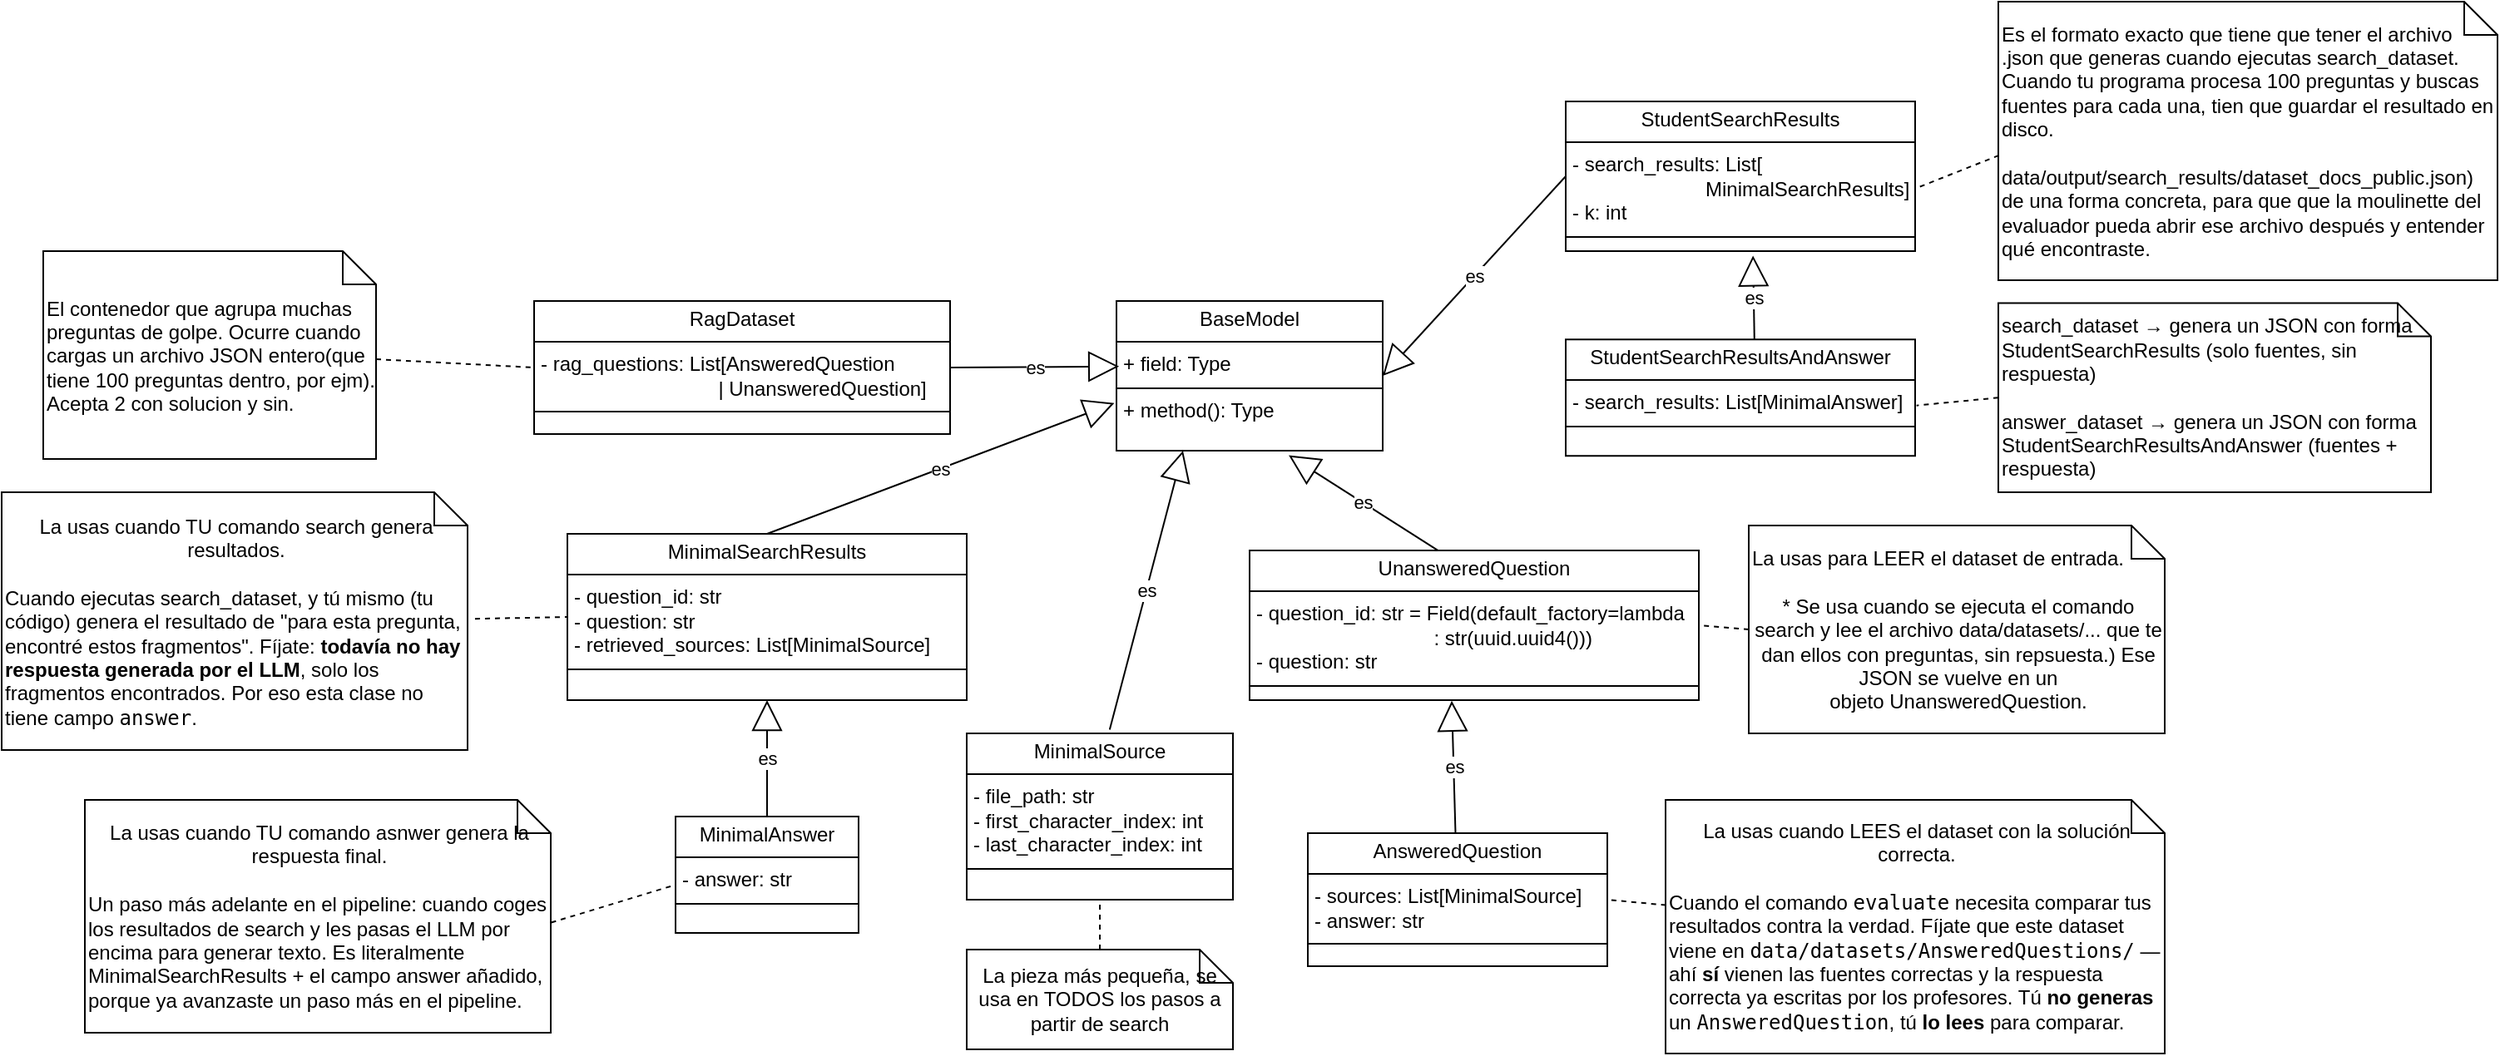
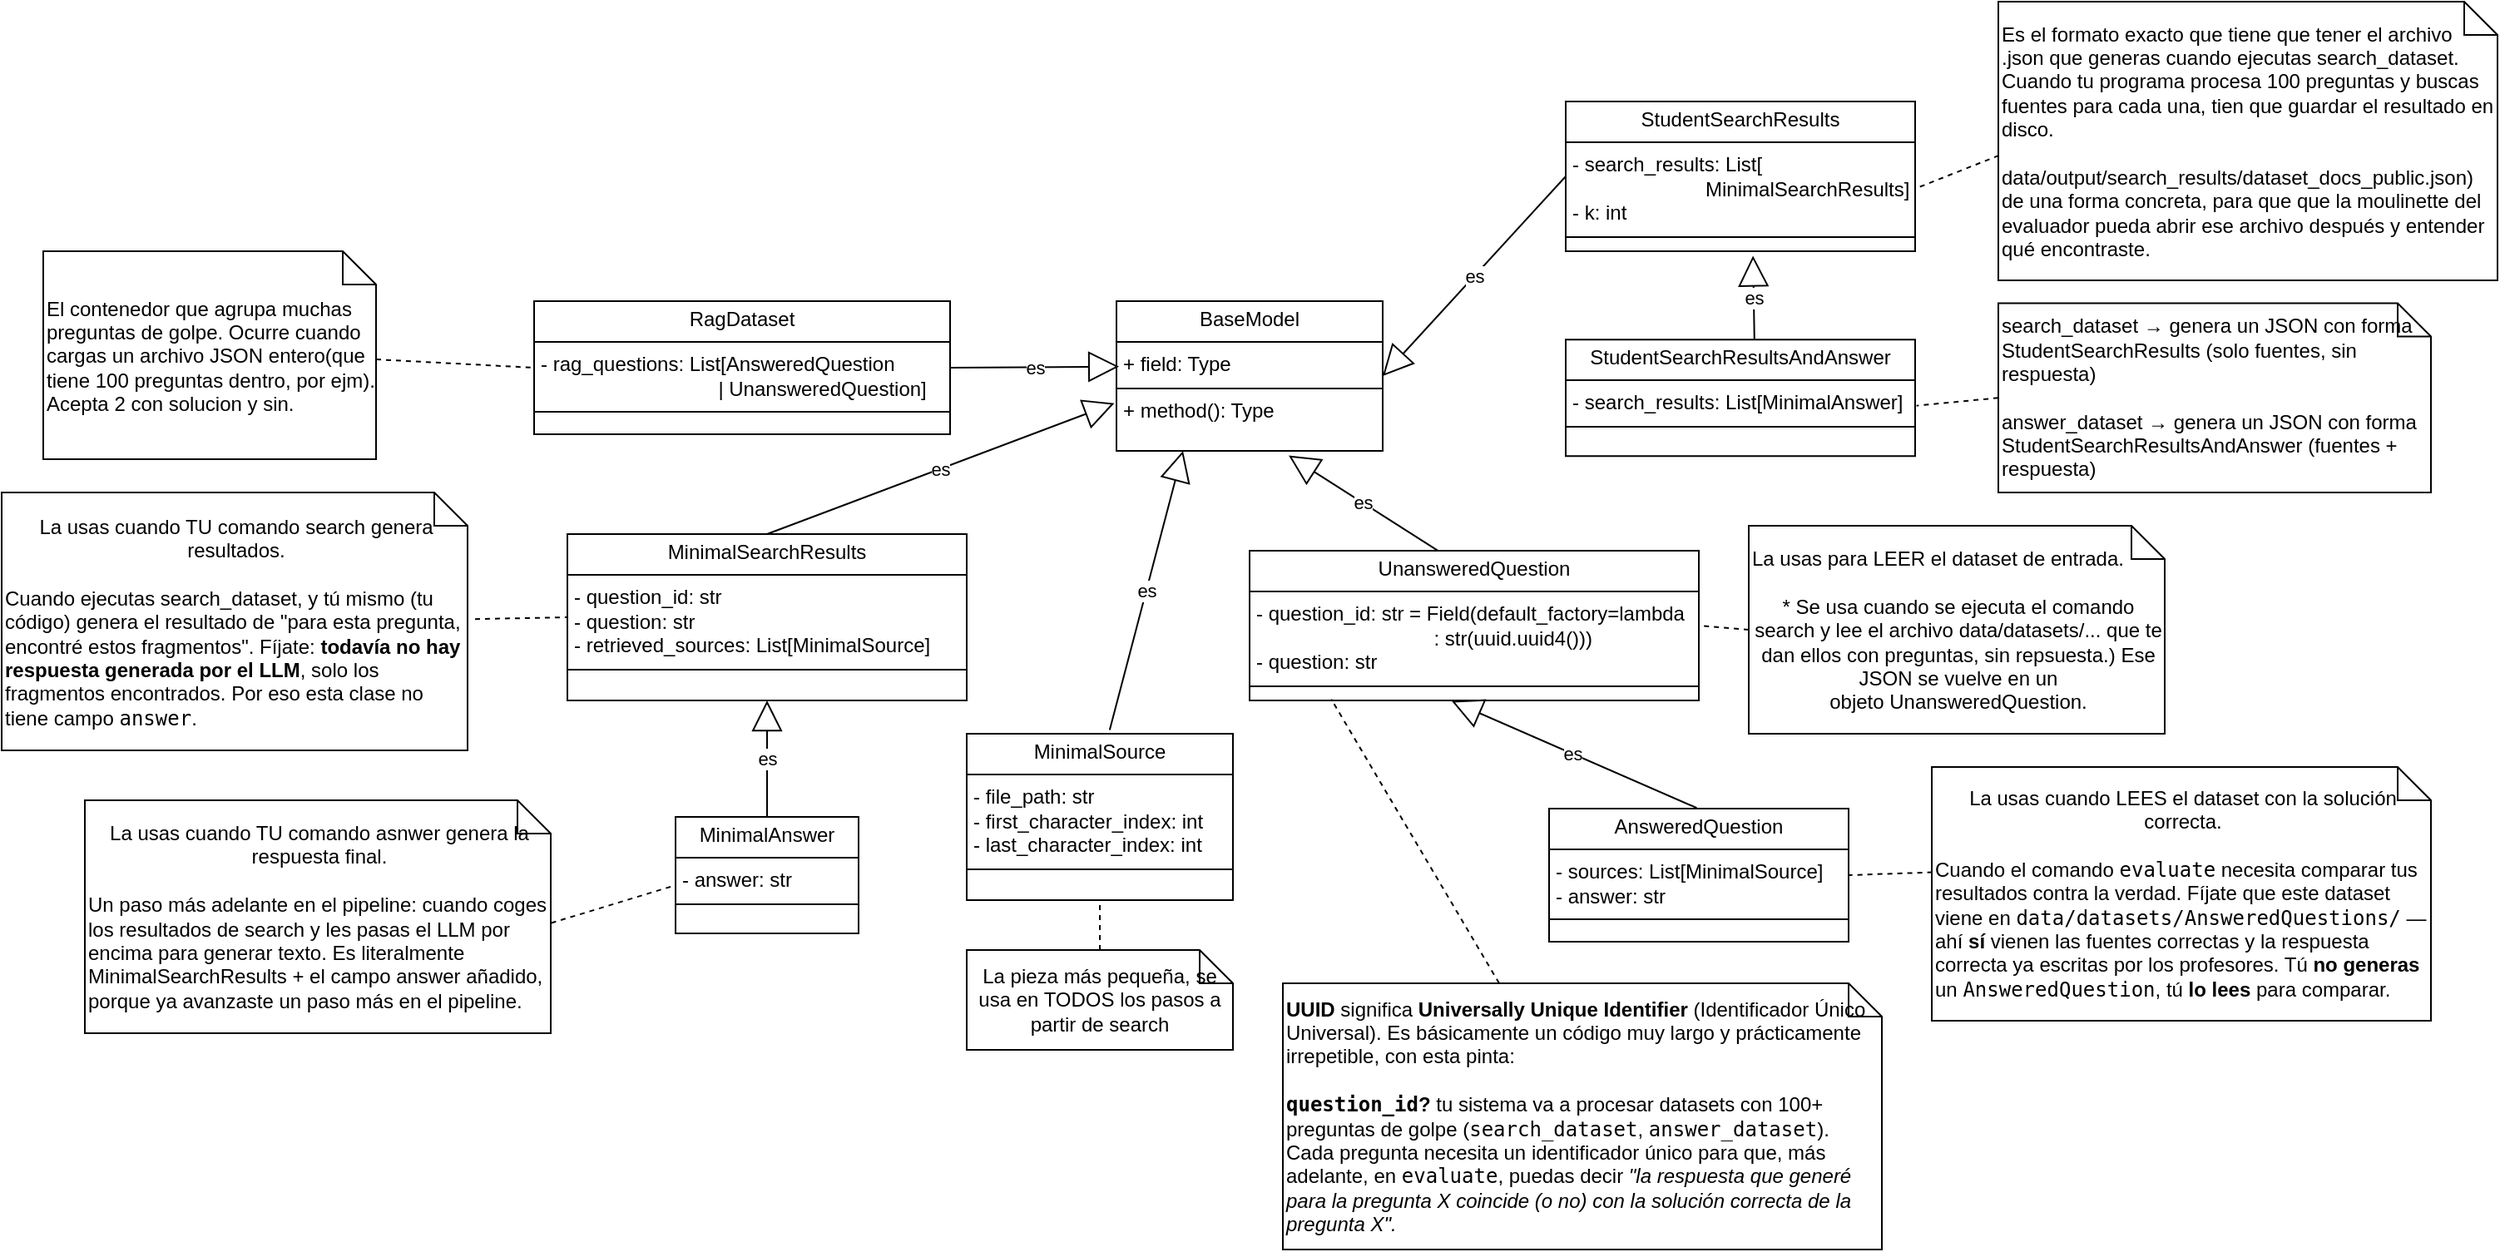
<mxfile host="app.diagrams.net">
  <diagram name="Page-1" id="sT5vLnoqk-OYdZ_3SuPz">
-     <mxGraphModel dx="1803" dy="1619" grid="1" gridSize="10" guides="1" tooltips="1" connect="1" arrows="1" fold="1" page="1" pageScale="1" pageWidth="850" pageHeight="1100" math="0" shadow="0">
+     <mxGraphModel dx="1580" dy="1509" grid="1" gridSize="10" guides="1" tooltips="1" connect="1" arrows="1" fold="1" page="1" pageScale="1" pageWidth="850" pageHeight="1100" math="0" shadow="0">
      <root>
        <mxCell id="0" />
        <mxCell id="1" parent="0" />
        <mxCell id="5tj1wNe4pqcDuRO2pu6d-1" parent="1" style="verticalAlign=top;align=left;overflow=fill;html=1;whiteSpace=wrap;" value="&lt;p style=&quot;margin:0px;margin-top:4px;text-align:center;&quot;&gt;MinimalSource&lt;/p&gt;&lt;hr size=&quot;1&quot; style=&quot;border-style:solid;&quot;&gt;&lt;p style=&quot;margin:0px;margin-left:4px;&quot;&gt;- file_path: str&lt;br&gt;- first_character_index: int&lt;br&gt;- last_character_index: int&lt;/p&gt;&lt;hr size=&quot;1&quot; style=&quot;border-style:solid;&quot;&gt;&lt;p style=&quot;margin:0px;margin-left:4px;&quot;&gt;&lt;br&gt;&lt;/p&gt;" vertex="1">
          <mxGeometry height="100" width="160" x="130" y="50" as="geometry" />
        </mxCell>
        <mxCell id="5tj1wNe4pqcDuRO2pu6d-7" parent="1" style="verticalAlign=top;align=left;overflow=fill;html=1;whiteSpace=wrap;" value="&lt;p style=&quot;margin:0px;margin-top:4px;text-align:center;&quot;&gt;UnansweredQuestion&lt;/p&gt;&lt;hr size=&quot;1&quot; style=&quot;border-style:solid;&quot;&gt;&lt;p style=&quot;margin:0px;margin-left:4px;&quot;&gt;- question_id: str = Field(default_factory=lambda&lt;/p&gt;&lt;p style=&quot;margin:0px;margin-left:4px;&quot;&gt;&lt;span style=&quot;white-space: pre;&quot;&gt;&#x9;&lt;/span&gt;&lt;span style=&quot;white-space: pre;&quot;&gt;&#x9;&lt;/span&gt;&lt;span style=&quot;white-space: pre;&quot;&gt;&#x9;&lt;/span&gt;&lt;span style=&quot;white-space: pre;&quot;&gt;&#x9;&lt;/span&gt;: str(uuid.uuid4()))&lt;/p&gt;&lt;p style=&quot;margin:0px;margin-left:4px;&quot;&gt;- question: str&lt;/p&gt;&lt;hr size=&quot;1&quot; style=&quot;border-style:solid;&quot;&gt;&lt;p style=&quot;margin:0px;margin-left:4px;&quot;&gt;&lt;br&gt;&lt;/p&gt;" vertex="1">
          <mxGeometry height="90" width="270" x="300" y="-60" as="geometry" />
        </mxCell>
        <mxCell id="5tj1wNe4pqcDuRO2pu6d-8" parent="1" style="verticalAlign=top;align=left;overflow=fill;html=1;whiteSpace=wrap;" value="&lt;p style=&quot;margin:0px;margin-top:4px;text-align:center;&quot;&gt;BaseModel&lt;/p&gt;&lt;hr size=&quot;1&quot; style=&quot;border-style:solid;&quot;&gt;&lt;p style=&quot;margin:0px;margin-left:4px;&quot;&gt;+ field: Type&lt;/p&gt;&lt;hr size=&quot;1&quot; style=&quot;border-style:solid;&quot;&gt;&lt;p style=&quot;margin:0px;margin-left:4px;&quot;&gt;+ method(): Type&lt;/p&gt;" vertex="1">
          <mxGeometry height="90" width="160" x="220" y="-210" as="geometry" />
        </mxCell>
        <mxCell id="5tj1wNe4pqcDuRO2pu6d-10" parent="1" style="verticalAlign=top;align=left;overflow=fill;html=1;whiteSpace=wrap;" value="&lt;p style=&quot;margin:0px;margin-top:4px;text-align:center;&quot;&gt;AnsweredQuestion&lt;/p&gt;&lt;hr size=&quot;1&quot; style=&quot;border-style:solid;&quot;&gt;&lt;p style=&quot;margin:0px;margin-left:4px;&quot;&gt;- sources: List[MinimalSource]&lt;/p&gt;&lt;p style=&quot;margin:0px;margin-left:4px;&quot;&gt;- answer: str&lt;/p&gt;&lt;hr size=&quot;1&quot; style=&quot;border-style:solid;&quot;&gt;&lt;p style=&quot;margin:0px;margin-left:4px;&quot;&gt;&lt;br&gt;&lt;/p&gt;" vertex="1">
-           <mxGeometry height="80" width="180" x="335" y="110" as="geometry" />
+           <mxGeometry height="80" width="180" x="480" y="95" as="geometry" />
        </mxCell>
        <mxCell id="5tj1wNe4pqcDuRO2pu6d-12" edge="1" parent="1" source="5tj1wNe4pqcDuRO2pu6d-10" style="endArrow=block;endSize=16;endFill=0;html=1;rounded=0;entryX=0.45;entryY=1.004;entryDx=0;entryDy=0;entryPerimeter=0;exitX=0.493;exitY=-0.005;exitDx=0;exitDy=0;exitPerimeter=0;" target="5tj1wNe4pqcDuRO2pu6d-7" value="es">
          <mxGeometry relative="1" width="160" x="0.0103" as="geometry">
            <mxPoint as="offset" />
            <mxPoint x="320" y="250" as="sourcePoint" />
            <mxPoint x="480" y="250" as="targetPoint" />
          </mxGeometry>
        </mxCell>
        <mxCell id="5tj1wNe4pqcDuRO2pu6d-14" edge="1" parent="1" source="5tj1wNe4pqcDuRO2pu6d-1" style="endArrow=block;endSize=16;endFill=0;html=1;rounded=0;entryX=0.25;entryY=1;entryDx=0;entryDy=0;exitX=0.537;exitY=-0.022;exitDx=0;exitDy=0;exitPerimeter=0;" target="5tj1wNe4pqcDuRO2pu6d-8" value="es">
          <mxGeometry relative="1" width="160" as="geometry">
            <mxPoint x="230" y="81" as="sourcePoint" />
            <mxPoint x="230" y="20" as="targetPoint" />
          </mxGeometry>
        </mxCell>
        <mxCell id="5tj1wNe4pqcDuRO2pu6d-15" edge="1" parent="1" source="5tj1wNe4pqcDuRO2pu6d-7" style="endArrow=block;endSize=16;endFill=0;html=1;rounded=0;entryX=0.647;entryY=1.031;entryDx=0;entryDy=0;exitX=0.419;exitY=-0.001;exitDx=0;exitDy=0;exitPerimeter=0;entryPerimeter=0;" target="5tj1wNe4pqcDuRO2pu6d-8" value="es">
          <mxGeometry relative="1" width="160" as="geometry">
            <mxPoint x="290" y="158" as="sourcePoint" />
            <mxPoint x="464" y="30" as="targetPoint" />
          </mxGeometry>
        </mxCell>
        <mxCell id="5tj1wNe4pqcDuRO2pu6d-16" parent="1" style="verticalAlign=top;align=left;overflow=fill;html=1;whiteSpace=wrap;" value="&lt;p style=&quot;margin:0px;margin-top:4px;text-align:center;&quot;&gt;RagDataset&lt;/p&gt;&lt;hr size=&quot;1&quot; style=&quot;border-style:solid;&quot;&gt;&lt;p style=&quot;margin:0px;margin-left:4px;&quot;&gt;&lt;span style=&quot;background-color: transparent; color: light-dark(rgb(0, 0, 0), rgb(255, 255, 255));&quot;&gt;- rag_questions: List[AnsweredQuestion&lt;/span&gt;&lt;/p&gt;&lt;p style=&quot;margin:0px;margin-left:4px;&quot;&gt;&lt;span style=&quot;background-color: transparent; color: light-dark(rgb(0, 0, 0), rgb(255, 255, 255));&quot;&gt;&lt;span style=&quot;white-space: pre;&quot;&gt;&#x9;&lt;/span&gt;&lt;span style=&quot;white-space: pre;&quot;&gt;&#x9;&lt;/span&gt;&lt;span style=&quot;white-space: pre;&quot;&gt;&#x9;&lt;/span&gt;&lt;span style=&quot;white-space: pre;&quot;&gt;&#x9;&lt;/span&gt;| UnansweredQuestion]&lt;/span&gt;&lt;/p&gt;&lt;hr size=&quot;1&quot; style=&quot;border-style:solid;&quot;&gt;&lt;p style=&quot;margin:0px;margin-left:4px;&quot;&gt;&lt;br&gt;&lt;/p&gt;" vertex="1">
          <mxGeometry height="80" width="250" x="-130" y="-210" as="geometry" />
        </mxCell>
        <mxCell id="5tj1wNe4pqcDuRO2pu6d-17" parent="1" style="verticalAlign=top;align=left;overflow=fill;html=1;whiteSpace=wrap;" value="&lt;p style=&quot;margin:0px;margin-top:4px;text-align:center;&quot;&gt;MinimalSearchResults&lt;/p&gt;&lt;hr size=&quot;1&quot; style=&quot;border-style:solid;&quot;&gt;&lt;p style=&quot;margin:0px;margin-left:4px;&quot;&gt;- question_id: str&lt;br&gt;&lt;/p&gt;&lt;p style=&quot;margin:0px;margin-left:4px;&quot;&gt;- question: str&lt;/p&gt;&lt;p style=&quot;margin:0px;margin-left:4px;&quot;&gt;- retrieved_sources: List[MinimalSource]&lt;/p&gt;&lt;hr size=&quot;1&quot; style=&quot;border-style:solid;&quot;&gt;&lt;p style=&quot;margin:0px;margin-left:4px;&quot;&gt;&lt;br&gt;&lt;/p&gt;" vertex="1">
          <mxGeometry height="100" width="240" x="-110" y="-70" as="geometry" />
        </mxCell>
        <mxCell id="5tj1wNe4pqcDuRO2pu6d-18" parent="1" style="verticalAlign=top;align=left;overflow=fill;html=1;whiteSpace=wrap;" value="&lt;p style=&quot;margin:0px;margin-top:4px;text-align:center;&quot;&gt;MinimalAnswer&lt;/p&gt;&lt;hr size=&quot;1&quot; style=&quot;border-style:solid;&quot;&gt;&lt;p style=&quot;margin:0px;margin-left:4px;&quot;&gt;- answer: str&lt;br&gt;&lt;/p&gt;&lt;hr size=&quot;1&quot; style=&quot;border-style:solid;&quot;&gt;&lt;p style=&quot;margin:0px;margin-left:4px;&quot;&gt;&lt;br&gt;&lt;/p&gt;" vertex="1">
          <mxGeometry height="70" width="110" x="-45" y="100" as="geometry" />
        </mxCell>
        <mxCell id="5tj1wNe4pqcDuRO2pu6d-19" edge="1" parent="1" source="5tj1wNe4pqcDuRO2pu6d-18" style="endArrow=block;endSize=16;endFill=0;html=1;rounded=0;entryX=0.5;entryY=1;entryDx=0;entryDy=0;exitX=0.5;exitY=0;exitDx=0;exitDy=0;" target="5tj1wNe4pqcDuRO2pu6d-17" value="es">
          <mxGeometry relative="1" width="160" as="geometry">
            <mxPoint x="-90" y="121" as="sourcePoint" />
            <mxPoint x="-90" y="60" as="targetPoint" />
          </mxGeometry>
        </mxCell>
        <mxCell id="5tj1wNe4pqcDuRO2pu6d-20" edge="1" parent="1" source="5tj1wNe4pqcDuRO2pu6d-17" style="endArrow=block;endSize=16;endFill=0;html=1;rounded=0;entryX=-0.008;entryY=0.682;entryDx=0;entryDy=0;exitX=0.5;exitY=0;exitDx=0;exitDy=0;entryPerimeter=0;" target="5tj1wNe4pqcDuRO2pu6d-8" value="es">
          <mxGeometry relative="1" width="160" as="geometry">
            <mxPoint x="10" y="-102" as="sourcePoint" />
            <mxPoint x="144" y="-180" as="targetPoint" />
          </mxGeometry>
        </mxCell>
        <mxCell id="5tj1wNe4pqcDuRO2pu6d-21" edge="1" parent="1" source="5tj1wNe4pqcDuRO2pu6d-16" style="endArrow=block;endSize=16;endFill=0;html=1;rounded=0;entryX=0.01;entryY=0.437;entryDx=0;entryDy=0;exitX=1;exitY=0.5;exitDx=0;exitDy=0;entryPerimeter=0;" target="5tj1wNe4pqcDuRO2pu6d-8" value="es">
          <mxGeometry relative="1" width="160" as="geometry">
            <mxPoint x="110" y="-81" as="sourcePoint" />
            <mxPoint x="439" y="-170" as="targetPoint" />
          </mxGeometry>
        </mxCell>
        <mxCell id="5tj1wNe4pqcDuRO2pu6d-22" parent="1" style="verticalAlign=top;align=left;overflow=fill;html=1;whiteSpace=wrap;" value="&lt;p style=&quot;margin:0px;margin-top:4px;text-align:center;&quot;&gt;StudentSearchResults&lt;/p&gt;&lt;hr size=&quot;1&quot; style=&quot;border-style:solid;&quot;&gt;&lt;p style=&quot;margin:0px;margin-left:4px;&quot;&gt;-&amp;nbsp;search_results: List[&lt;/p&gt;&lt;p style=&quot;margin:0px;margin-left:4px;&quot;&gt;&lt;span style=&quot;white-space: pre;&quot;&gt;&#x9;&lt;/span&gt;&lt;span style=&quot;white-space: pre;&quot;&gt;&#x9;&lt;/span&gt;&lt;span style=&quot;white-space: pre;&quot;&gt;&#x9;&lt;/span&gt;MinimalSearchResults]&lt;/p&gt;&lt;p style=&quot;margin:0px;margin-left:4px;&quot;&gt;- k: int&lt;br&gt;&lt;/p&gt;&lt;hr size=&quot;1&quot; style=&quot;border-style:solid;&quot;&gt;&lt;p style=&quot;margin:0px;margin-left:4px;&quot;&gt;&lt;br&gt;&lt;/p&gt;" vertex="1">
          <mxGeometry height="90" width="210" x="490" y="-330" as="geometry" />
        </mxCell>
        <mxCell id="5tj1wNe4pqcDuRO2pu6d-23" parent="1" style="verticalAlign=top;align=left;overflow=fill;html=1;whiteSpace=wrap;" value="&lt;p style=&quot;margin:0px;margin-top:4px;text-align:center;&quot;&gt;StudentSearchResultsAndAnswer&lt;/p&gt;&lt;hr size=&quot;1&quot; style=&quot;border-style:solid;&quot;&gt;&lt;p style=&quot;margin:0px;margin-left:4px;&quot;&gt;-&amp;nbsp;&lt;span style=&quot;background-color: transparent; color: light-dark(rgb(0, 0, 0), rgb(255, 255, 255));&quot;&gt;search_results: List[MinimalAnswer]&lt;/span&gt;&lt;/p&gt;&lt;hr size=&quot;1&quot; style=&quot;border-style:solid;&quot;&gt;&lt;p style=&quot;margin:0px;margin-left:4px;&quot;&gt;&lt;br&gt;&lt;/p&gt;" vertex="1">
          <mxGeometry height="70" width="210" x="490" y="-186.87" as="geometry" />
        </mxCell>
        <mxCell id="5tj1wNe4pqcDuRO2pu6d-24" edge="1" parent="1" source="5tj1wNe4pqcDuRO2pu6d-23" style="endArrow=block;endSize=16;endFill=0;html=1;rounded=0;entryX=0.536;entryY=1.03;entryDx=0;entryDy=0;entryPerimeter=0;exitX=0.54;exitY=0.003;exitDx=0;exitDy=0;exitPerimeter=0;" target="5tj1wNe4pqcDuRO2pu6d-22" value="es">
          <mxGeometry relative="1" width="160" as="geometry">
            <mxPoint x="683" y="116" as="sourcePoint" />
            <mxPoint x="680" y="60" as="targetPoint" />
          </mxGeometry>
        </mxCell>
        <mxCell id="5tj1wNe4pqcDuRO2pu6d-25" edge="1" parent="1" source="5tj1wNe4pqcDuRO2pu6d-22" style="endArrow=block;endSize=16;endFill=0;html=1;rounded=0;entryX=1;entryY=0.5;entryDx=0;entryDy=0;exitX=0;exitY=0.5;exitDx=0;exitDy=0;" target="5tj1wNe4pqcDuRO2pu6d-8" value="es">
          <mxGeometry relative="1" width="160" as="geometry">
            <mxPoint x="449" y="-23" as="sourcePoint" />
            <mxPoint x="440" y="-110" as="targetPoint" />
          </mxGeometry>
        </mxCell>
        <mxCell id="5tj1wNe4pqcDuRO2pu6d-26" parent="1" style="shape=note;size=20;whiteSpace=wrap;html=1;" value="La pieza más pequeña, se usa en TODOS los pasos a partir de search" vertex="1">
          <mxGeometry height="60" width="160" x="130" y="180" as="geometry" />
        </mxCell>
        <mxCell id="5tj1wNe4pqcDuRO2pu6d-27" edge="1" parent="1" source="5tj1wNe4pqcDuRO2pu6d-26" style="endArrow=none;dashed=1;html=1;rounded=0;entryX=0.5;entryY=1;entryDx=0;entryDy=0;exitX=0.5;exitY=0;exitDx=0;exitDy=0;exitPerimeter=0;" target="5tj1wNe4pqcDuRO2pu6d-1" value="">
          <mxGeometry height="50" relative="1" width="50" as="geometry">
            <mxPoint x="-50" y="300" as="sourcePoint" />
            <mxPoint y="250" as="targetPoint" />
          </mxGeometry>
        </mxCell>
        <mxCell id="5tj1wNe4pqcDuRO2pu6d-28" parent="1" style="shape=note;size=20;whiteSpace=wrap;html=1;align=left;" value="&lt;div style=&quot;&quot;&gt;&lt;span style=&quot;background-color: transparent; color: light-dark(rgb(0, 0, 0), rgb(255, 255, 255));&quot;&gt;La usas para LEER el dataset de entrada.&lt;/span&gt;&lt;/div&gt;&lt;div style=&quot;&quot;&gt;&lt;br&gt;&lt;/div&gt;&lt;div style=&quot;text-align: center;&quot;&gt;* Se usa cuando se ejecuta el comando search y lee el archivo data/datasets/... que te dan ellos con preguntas, sin repsuesta.) Ese JSON se vuelve en un objeto&amp;nbsp;UnansweredQuestion.&lt;/div&gt;" vertex="1">
          <mxGeometry height="125" width="250" x="600" y="-75" as="geometry" />
        </mxCell>
        <mxCell id="5tj1wNe4pqcDuRO2pu6d-29" edge="1" parent="1" source="5tj1wNe4pqcDuRO2pu6d-28" style="endArrow=none;dashed=1;html=1;rounded=0;entryX=1;entryY=0.5;entryDx=0;entryDy=0;exitX=0;exitY=0.5;exitDx=0;exitDy=0;exitPerimeter=0;" target="5tj1wNe4pqcDuRO2pu6d-7" value="">
          <mxGeometry height="50" relative="1" width="50" as="geometry">
            <mxPoint x="590" y="165" as="sourcePoint" />
            <mxPoint x="590" y="130" as="targetPoint" />
          </mxGeometry>
        </mxCell>
        <mxCell id="5tj1wNe4pqcDuRO2pu6d-30" parent="1" style="shape=note;size=20;whiteSpace=wrap;html=1;align=left;" value="&lt;div style=&quot;&quot;&gt;El contenedor que agrupa muchas preguntas de golpe. Ocurre cuando cargas un archivo JSON entero(que tiene 100 preguntas dentro, por ejm). Acepta 2 con solucion y sin.&lt;/div&gt;" vertex="1">
          <mxGeometry height="125" width="200" x="-425" y="-240" as="geometry" />
        </mxCell>
        <mxCell id="5tj1wNe4pqcDuRO2pu6d-31" edge="1" parent="1" source="5tj1wNe4pqcDuRO2pu6d-30" style="endArrow=none;dashed=1;html=1;rounded=0;exitX=1;exitY=0.52;exitDx=0;exitDy=0;exitPerimeter=0;entryX=0;entryY=0.5;entryDx=0;entryDy=0;" target="5tj1wNe4pqcDuRO2pu6d-16" value="">
          <mxGeometry height="50" relative="1" width="50" as="geometry">
            <mxPoint x="-190" y="-240" as="sourcePoint" />
            <mxPoint x="-140" y="-290" as="targetPoint" />
          </mxGeometry>
        </mxCell>
        <mxCell id="GA3374Zt2JqQo3P6U52u-1" parent="1" style="shape=note;size=20;whiteSpace=wrap;html=1;align=left;" value="&lt;div style=&quot;text-align: center;&quot;&gt;&lt;span style=&quot;background-color: transparent; color: light-dark(rgb(0, 0, 0), rgb(255, 255, 255));&quot;&gt;La usas cuando LEES el dataset con la solución correcta.&lt;/span&gt;&lt;/div&gt;&lt;div style=&quot;text-align: center;&quot;&gt;&lt;span style=&quot;background-color: transparent; color: light-dark(rgb(0, 0, 0), rgb(255, 255, 255));&quot;&gt;&lt;br&gt;&lt;/span&gt;&lt;/div&gt;&lt;div style=&quot;&quot;&gt;Cuando el comando &lt;code class=&quot;bg-text-200/5 border border-0.5 border-border-300 text-danger-000 whitespace-pre-wrap rounded-[0.4rem] px-1 py-px text-[0.9rem]&quot;&gt;evaluate&lt;/code&gt; necesita comparar tus resultados contra la verdad. Fíjate que este dataset viene en &lt;code class=&quot;bg-text-200/5 border border-0.5 border-border-300 text-danger-000 whitespace-pre-wrap rounded-[0.4rem] px-1 py-px text-[0.9rem]&quot;&gt;data/datasets/AnsweredQuestions/&lt;/code&gt; — ahí &lt;strong&gt;sí&lt;/strong&gt; vienen las fuentes correctas y la respuesta correcta ya escritas por los profesores. Tú &lt;strong&gt;no generas&lt;/strong&gt; un &lt;code class=&quot;bg-text-200/5 border border-0.5 border-border-300 text-danger-000 whitespace-pre-wrap rounded-[0.4rem] px-1 py-px text-[0.9rem]&quot;&gt;AnsweredQuestion&lt;/code&gt;, tú &lt;strong&gt;lo lees&lt;/strong&gt; para comparar.&lt;/div&gt;" vertex="1">
-           <mxGeometry height="152.5" width="300" x="550" y="90" as="geometry" />
+           <mxGeometry height="152.5" width="300" x="710" y="70" as="geometry" />
        </mxCell>
        <mxCell id="GA3374Zt2JqQo3P6U52u-2" edge="1" parent="1" source="GA3374Zt2JqQo3P6U52u-1" style="endArrow=none;dashed=1;html=1;rounded=0;entryX=1;entryY=0.5;entryDx=0;entryDy=0;exitX=0.001;exitY=0.415;exitDx=0;exitDy=0;exitPerimeter=0;" target="5tj1wNe4pqcDuRO2pu6d-10" value="">
          <mxGeometry height="50" relative="1" width="50" as="geometry">
            <mxPoint x="440" y="300" as="sourcePoint" />
            <mxPoint x="440" y="270" as="targetPoint" />
          </mxGeometry>
        </mxCell>
        <mxCell id="GA3374Zt2JqQo3P6U52u-3" parent="1" style="shape=note;size=20;whiteSpace=wrap;html=1;align=left;" value="&lt;div style=&quot;text-align: center;&quot;&gt;La usas cuando TU comando search genera resultados.&lt;/div&gt;&lt;div style=&quot;text-align: center;&quot;&gt;&lt;br&gt;&lt;/div&gt;&lt;div style=&quot;&quot;&gt;Cuando ejecutas search_dataset, y tú mismo (tu código) genera el resultado de &quot;para esta pregunta, encontré estos fragmentos&quot;.&amp;nbsp;&lt;span style=&quot;background-color: transparent; color: light-dark(rgb(0, 0, 0), rgb(255, 255, 255));&quot;&gt;Fíjate: &lt;/span&gt;&lt;strong style=&quot;background-color: transparent; color: light-dark(rgb(0, 0, 0), rgb(255, 255, 255));&quot;&gt;todavía no hay respuesta generada por el LLM&lt;/strong&gt;&lt;span style=&quot;background-color: transparent; color: light-dark(rgb(0, 0, 0), rgb(255, 255, 255));&quot;&gt;, solo los fragmentos encontrados. Por eso esta clase no tiene campo &lt;/span&gt;&lt;code class=&quot;bg-text-200/5 border border-0.5 border-border-300 text-danger-000 whitespace-pre-wrap rounded-[0.4rem] px-1 py-px text-[0.9rem]&quot; style=&quot;background-color: transparent; color: light-dark(rgb(0, 0, 0), rgb(255, 255, 255));&quot;&gt;answer&lt;/code&gt;&lt;span style=&quot;background-color: transparent; color: light-dark(rgb(0, 0, 0), rgb(255, 255, 255));&quot;&gt;.&lt;/span&gt;&lt;/div&gt;" vertex="1">
          <mxGeometry height="155" width="280" x="-450" y="-95" as="geometry" />
        </mxCell>
        <mxCell id="GA3374Zt2JqQo3P6U52u-4" edge="1" parent="1" source="GA3374Zt2JqQo3P6U52u-3" style="endArrow=none;dashed=1;html=1;rounded=0;exitX=1.016;exitY=0.491;exitDx=0;exitDy=0;exitPerimeter=0;entryX=0;entryY=0.5;entryDx=0;entryDy=0;" target="5tj1wNe4pqcDuRO2pu6d-17" value="">
          <mxGeometry height="50" relative="1" width="50" as="geometry">
            <mxPoint x="-160" y="-10" as="sourcePoint" />
            <mxPoint x="-65" y="-5" as="targetPoint" />
          </mxGeometry>
        </mxCell>
        <mxCell id="GA3374Zt2JqQo3P6U52u-5" parent="1" style="shape=note;size=20;whiteSpace=wrap;html=1;align=left;" value="&lt;div style=&quot;text-align: center;&quot;&gt;La usas cuando TU comando asnwer genera la respuesta final.&lt;/div&gt;&lt;div style=&quot;text-align: center;&quot;&gt;&lt;br&gt;&lt;/div&gt;&lt;div style=&quot;&quot;&gt;Un paso más adelante en el pipeline: cuando coges los resultados de search y les pasas el LLM por encima para generar texto. Es literalmente MinimalSearchResults + el campo answer añadido, porque ya avanzaste un paso más en el pipeline.&lt;/div&gt;" vertex="1">
          <mxGeometry height="140" width="280" x="-400" y="90" as="geometry" />
        </mxCell>
        <mxCell id="GA3374Zt2JqQo3P6U52u-6" edge="1" parent="1" source="GA3374Zt2JqQo3P6U52u-5" style="endArrow=none;dashed=1;html=1;rounded=0;exitX=1.001;exitY=0.527;exitDx=0;exitDy=0;exitPerimeter=0;entryX=-0.003;entryY=0.588;entryDx=0;entryDy=0;entryPerimeter=0;" target="5tj1wNe4pqcDuRO2pu6d-18" value="">
          <mxGeometry height="50" relative="1" width="50" as="geometry">
            <mxPoint x="-90" y="91" as="sourcePoint" />
            <mxPoint x="-34" y="90" as="targetPoint" />
          </mxGeometry>
        </mxCell>
        <mxCell id="46K2HJpQJ2zuIMg-lqmy-1" parent="1" style="shape=note;size=20;whiteSpace=wrap;html=1;align=left;" value="&lt;div style=&quot;&quot;&gt;Es el formato exacto que tiene que tener el archivo .json que generas cuando ejecutas search_dataset. Cuando tu programa procesa 100 preguntas y buscas fuentes para cada una, tien que guardar el resultado en disco.&lt;/div&gt;&lt;div style=&quot;&quot;&gt;&lt;br&gt;&lt;/div&gt;&lt;div style=&quot;&quot;&gt;data/output/search_results/dataset_docs_public.json) de una forma concreta, para que&amp;nbsp;que la moulinette del evaluador pueda abrir ese archivo después y entender qué encontraste.&lt;/div&gt;" vertex="1">
          <mxGeometry height="167.5" width="300" x="750" y="-390" as="geometry" />
        </mxCell>
        <mxCell id="46K2HJpQJ2zuIMg-lqmy-2" parent="1" style="shape=note;size=20;whiteSpace=wrap;html=1;align=left;" value="&lt;div style=&quot;&quot;&gt;search_dataset → genera un JSON con forma StudentSearchResults (solo fuentes, sin respuesta)&lt;/div&gt;&lt;div style=&quot;&quot;&gt;&lt;span style=&quot;background-color: transparent; color: light-dark(rgb(0, 0, 0), rgb(255, 255, 255));&quot;&gt;&lt;br&gt;&lt;/span&gt;&lt;/div&gt;&lt;div style=&quot;&quot;&gt;&lt;span style=&quot;background-color: transparent; color: light-dark(rgb(0, 0, 0), rgb(255, 255, 255));&quot;&gt;answer_dataset → genera un JSON con forma StudentSearchResultsAndAnswer (fuentes + respuesta)&lt;/span&gt;&lt;/div&gt;" vertex="1">
          <mxGeometry height="113.75" width="260" x="750" y="-208.75" as="geometry" />
        </mxCell>
        <mxCell id="46K2HJpQJ2zuIMg-lqmy-3" edge="1" parent="1" source="46K2HJpQJ2zuIMg-lqmy-2" style="endArrow=none;dashed=1;html=1;rounded=0;entryX=1.004;entryY=0.567;entryDx=0;entryDy=0;exitX=0;exitY=0.5;exitDx=0;exitDy=0;exitPerimeter=0;entryPerimeter=0;" target="5tj1wNe4pqcDuRO2pu6d-23" value="">
          <mxGeometry height="50" relative="1" width="50" as="geometry">
            <mxPoint x="710" y="-110" as="sourcePoint" />
            <mxPoint x="670" y="-110" as="targetPoint" />
          </mxGeometry>
        </mxCell>
        <mxCell id="46K2HJpQJ2zuIMg-lqmy-4" edge="1" parent="1" source="46K2HJpQJ2zuIMg-lqmy-1" style="endArrow=none;dashed=1;html=1;rounded=0;entryX=1.009;entryY=0.574;entryDx=0;entryDy=0;exitX=0.001;exitY=0.552;exitDx=0;exitDy=0;exitPerimeter=0;entryPerimeter=0;" target="5tj1wNe4pqcDuRO2pu6d-22" value="">
          <mxGeometry height="50" relative="1" width="50" as="geometry">
            <mxPoint x="799" y="-170" as="sourcePoint" />
            <mxPoint x="740" y="-168" as="targetPoint" />
          </mxGeometry>
        </mxCell>
+         <mxCell id="nVVb_tzEtHWFE43s8-Z9-1" edge="1" parent="1" source="nVVb_tzEtHWFE43s8-Z9-2" style="endArrow=none;dashed=1;html=1;rounded=0;entryX=0.182;entryY=0.992;entryDx=0;entryDy=0;entryPerimeter=0;exitX=0;exitY=0;exitDx=130;exitDy=0;exitPerimeter=0;" target="5tj1wNe4pqcDuRO2pu6d-7" value="">
+           <mxGeometry height="50" relative="1" width="50" as="geometry">
+             <mxPoint x="430" y="240" as="sourcePoint" />
+             <mxPoint x="425" y="160" as="targetPoint" />
+           </mxGeometry>
+         </mxCell>
+         <mxCell id="nVVb_tzEtHWFE43s8-Z9-2" parent="1" style="shape=note;size=20;whiteSpace=wrap;html=1;align=left;" value="&lt;div style=&quot;&quot;&gt;&lt;strong&gt;UUID&lt;/strong&gt; significa &lt;strong&gt;Universally Unique Identifier&lt;/strong&gt; (Identificador Único Universal). Es básicamente un código muy largo y prácticamente irrepetible, con esta pinta:&lt;/div&gt;&lt;div style=&quot;&quot;&gt;&lt;code class=&quot;bg-text-200/5 border border-0.5 border-border-300 text-danger-000 whitespace-pre-wrap rounded-[0.4rem] px-1 py-px text-[0.9rem]&quot; style=&quot;background-color: transparent; color: light-dark(rgb(0, 0, 0), rgb(255, 255, 255));&quot;&gt;&lt;br&gt;&lt;/code&gt;&lt;/div&gt;&lt;div style=&quot;&quot;&gt;&lt;b&gt;&lt;code class=&quot;bg-text-200/5 border border-0.5 border-border-300 text-danger-000 whitespace-pre-wrap rounded-[0.4rem] px-1 py-px text-[0.9rem]&quot; style=&quot;background-color: transparent; color: light-dark(rgb(0, 0, 0), rgb(255, 255, 255));&quot;&gt;question_id&lt;/code&gt;&lt;span style=&quot;background-color: transparent; color: light-dark(rgb(0, 0, 0), rgb(255, 255, 255));&quot;&gt;?&amp;nbsp;&lt;/span&gt;&lt;/b&gt;&lt;span style=&quot;background-color: transparent; color: light-dark(rgb(0, 0, 0), rgb(255, 255, 255));&quot;&gt;tu sistema va a procesar datasets con 100+ preguntas de golpe (&lt;/span&gt;&lt;code class=&quot;bg-text-200/5 border border-0.5 border-border-300 text-danger-000 whitespace-pre-wrap rounded-[0.4rem] px-1 py-px text-[0.9rem]&quot; style=&quot;background-color: transparent; color: light-dark(rgb(0, 0, 0), rgb(255, 255, 255));&quot;&gt;search_dataset&lt;/code&gt;&lt;span style=&quot;background-color: transparent; color: light-dark(rgb(0, 0, 0), rgb(255, 255, 255));&quot;&gt;, &lt;/span&gt;&lt;code class=&quot;bg-text-200/5 border border-0.5 border-border-300 text-danger-000 whitespace-pre-wrap rounded-[0.4rem] px-1 py-px text-[0.9rem]&quot; style=&quot;background-color: transparent; color: light-dark(rgb(0, 0, 0), rgb(255, 255, 255));&quot;&gt;answer_dataset&lt;/code&gt;&lt;span style=&quot;background-color: transparent; color: light-dark(rgb(0, 0, 0), rgb(255, 255, 255));&quot;&gt;). Cada pregunta necesita un identificador único para que, más adelante, en &lt;/span&gt;&lt;code class=&quot;bg-text-200/5 border border-0.5 border-border-300 text-danger-000 whitespace-pre-wrap rounded-[0.4rem] px-1 py-px text-[0.9rem]&quot; style=&quot;background-color: transparent; color: light-dark(rgb(0, 0, 0), rgb(255, 255, 255));&quot;&gt;evaluate&lt;/code&gt;&lt;span style=&quot;background-color: transparent; color: light-dark(rgb(0, 0, 0), rgb(255, 255, 255));&quot;&gt;, puedas decir &lt;/span&gt;&lt;em style=&quot;background-color: transparent; color: light-dark(rgb(0, 0, 0), rgb(255, 255, 255));&quot;&gt;&quot;la respuesta que generé para la pregunta X coincide (o no) con la solución correcta de la pregunta X&quot;.&lt;/em&gt;&lt;/div&gt;" vertex="1">
+           <mxGeometry height="160" width="360" x="320" y="200" as="geometry" />
+         </mxCell>
      </root>
    </mxGraphModel>
  </diagram>
</mxfile>
